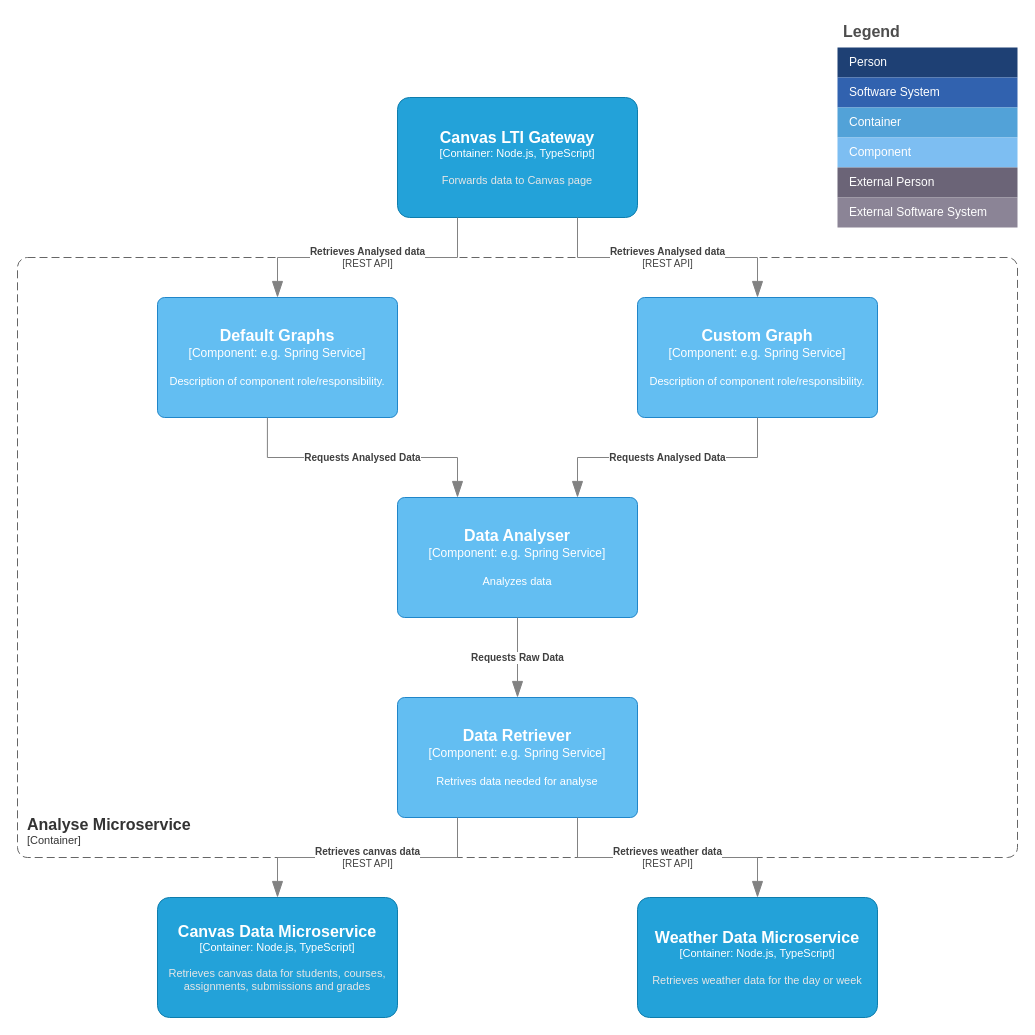
The draw.io diagram Application Architecture/QSc4_3_AnalyseMicroservice.drawio in quantifiedstudent/QS-Docs, before the edit. Source tidied: cells renumbered, new cells numbered last; positions are measured from the earlier drawing's top-left corner, leaving out a move shared by most shapes. Both pictures are drawn from the tidied source at 100%, with x=0, y=0 at pixel (17, 17).
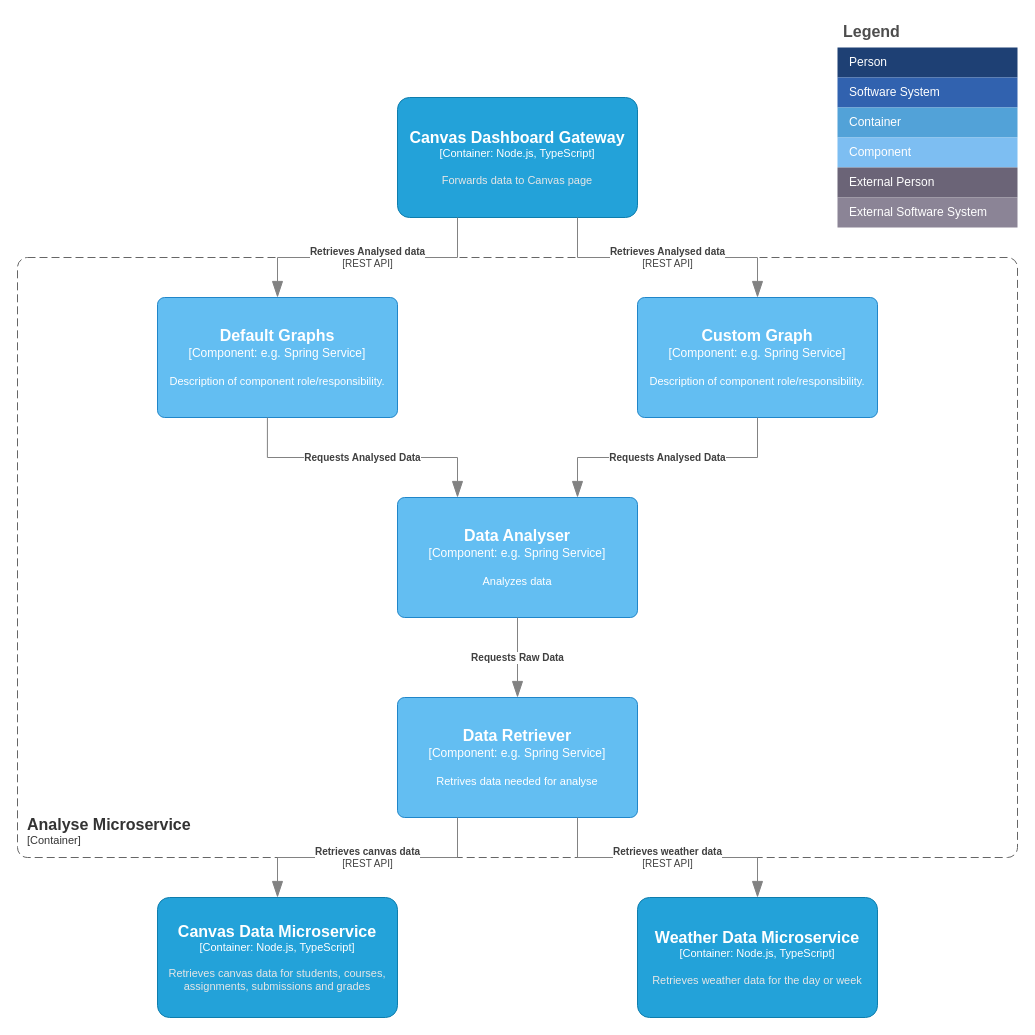
After the change.

Commit message (it also covers changes not shown here):
C4 analyse gateway, UML analyse gateway

What changed in the source:
```diff
@@
-    <object id="16" label="&lt;font style=&quot;font-size: 16px&quot;&gt;&lt;b&gt;%c4Name%&lt;/b&gt;&lt;/font&gt;&lt;div&gt;[%c4Type%: %c4Technology%]&lt;/div&gt;&lt;br&gt;&lt;div&gt;&lt;font style=&quot;font-size: 11px&quot;&gt;&lt;font color=&quot;#E6E6E6&quot;&gt;%c4Description%&lt;/font&gt;&lt;/div&gt;" c4Description="Forwards data to Canvas page" c4Name="Canvas LTI Gateway" c4Technology="Node.js, TypeScript" c4Type="Container" placeholders="1">
+    <object id="16" label="&lt;font style=&quot;font-size: 16px&quot;&gt;&lt;b&gt;%c4Name%&lt;/b&gt;&lt;/font&gt;&lt;div&gt;[%c4Type%: %c4Technology%]&lt;/div&gt;&lt;br&gt;&lt;div&gt;&lt;font style=&quot;font-size: 11px&quot;&gt;&lt;font color=&quot;#E6E6E6&quot;&gt;%c4Description%&lt;/font&gt;&lt;/div&gt;" c4Description="Forwards data to Canvas page" c4Name="Canvas Dashboard Gateway" c4Technology="Node.js, TypeScript" c4Type="Container" placeholders="1">
       <mxCell style="rounded=1;whiteSpace=wrap;html=1;fontSize=11;labelBackgroundColor=none;fillColor=#23A2D9;fontColor=#ffffff;align=center;arcSize=10;strokeColor=#0E7DAD;points=[[0.25,0,0],[0.5,0,0],[0.75,0,0],[1,0.25,0],[1,0.5,0],[1,0.75,0],[0.75,1,0],[0.5,1,0],[0.25,1,0],[0,0.75,0],[0,0.5,0],[0,0.25,0]];" parent="1" vertex="1">
         <mxGeometry x="380" y="80" width="240" height="120" as="geometry" />
       </mxCell>
     </object>
```
